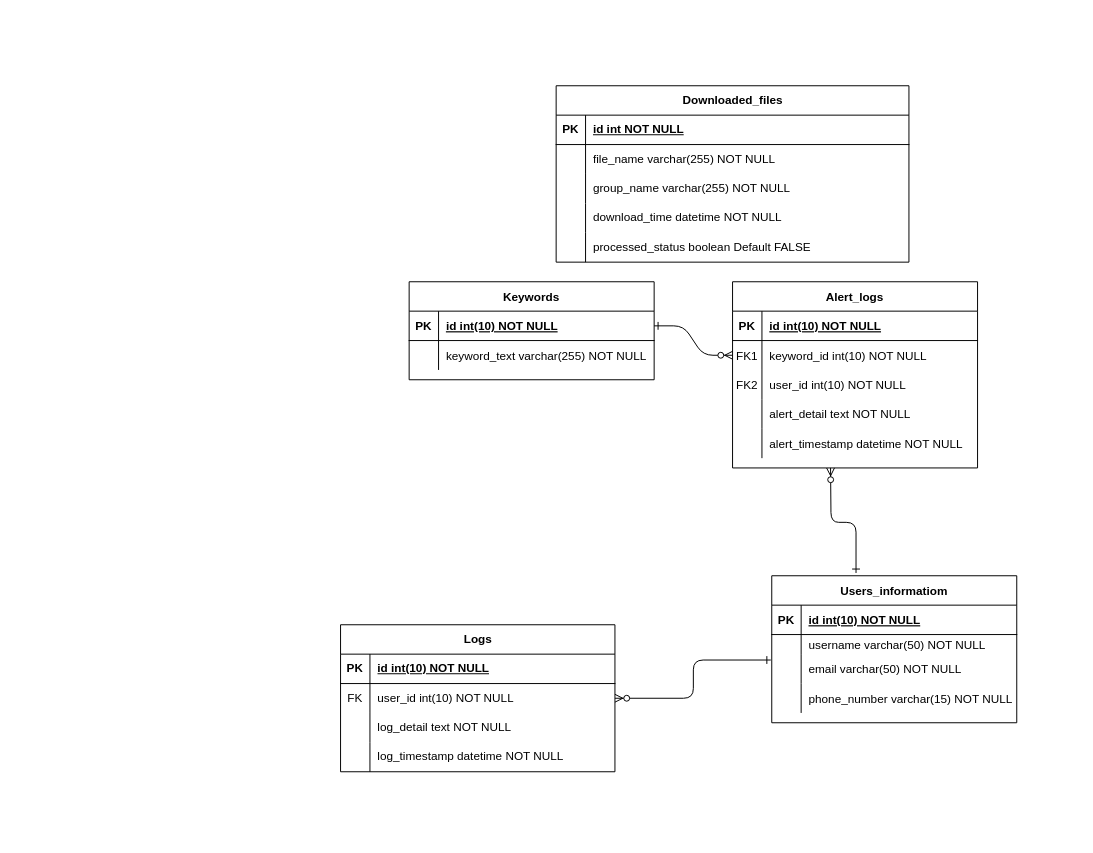
Earlier version of the draw.io diagram db-databreach.drawio (tung23102000/test-ssh). Source tidied: cells renumbered, new cells numbered last; positions are measured from the earlier drawing's top-left corner, leaving out a move shared by most shapes. Both pictures are drawn from the tidied source at 98%, with x=0, y=0 at pixel (340, 85).
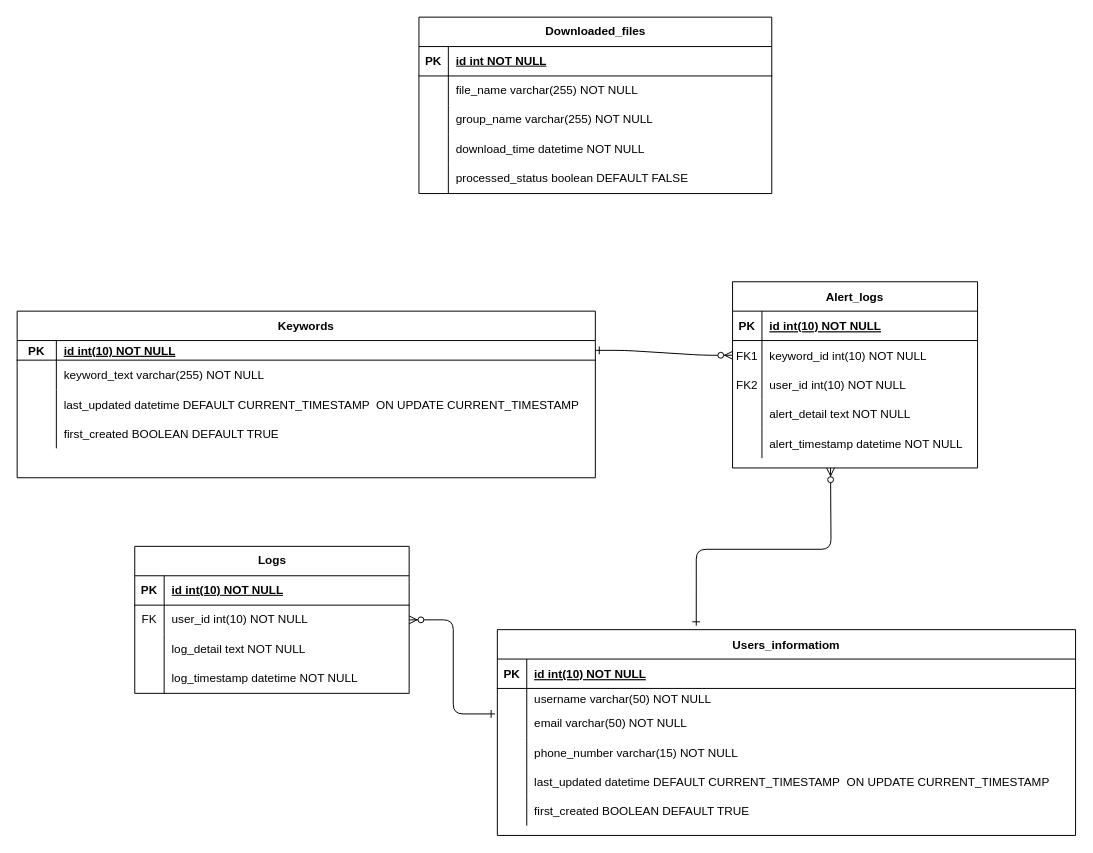
The same diagram, later.

Commit message:
Cập nhật db-databreach.drawio

The change refers to these unchanged cells:
```xml
<mxCell id="67" style="shape=tableRow;horizontal=0;startSize=0;swimlaneHead=0;swimlaneBody=0;fillColor=none;top=0;left=0;right=0;bottom=0;" parent="54" vertex="1">
  <mxGeometry y="150" width="360" height="30" as="geometry" />
</mxCell>
```

Change to the diagram source:
```diff
@@
     <mxCell id="19" value="Users_informatiom" style="shape=table;startSize=30;childLayout=tableLayout;rowLines=0;fontStyle=1;align=center;" parent="1" vertex="1">
-      <mxGeometry x="440" y="500" width="250" height="150" as="geometry" />
+      <mxGeometry x="160" y="555" width="590" height="210" as="geometry" />
     </mxCell>
     <mxCell id="20" style="shape=partialRectangle;fillColor=none;top=0;left=0;right=0;bottom=1;" parent="19" vertex="1">
-      <mxGeometry y="30" width="250" height="30" as="geometry" />
+      <mxGeometry y="30" width="590" height="30" as="geometry" />
     </mxCell>
@@
     <mxCell id="22" value="id int(10) NOT NULL " style="shape=partialRectangle;overflow=hidden;fillColor=none;top=0;left=0;bottom=0;right=0;align=left;spacingLeft=6;fontStyle=5;" parent="20" vertex="1">
-      <mxGeometry x="30" width="220" height="30" as="geometry" />
+      <mxGeometry x="30" width="560" height="30" as="geometry" />
     </mxCell>
     <mxCell id="23" style="shape=partialRectangle;fillColor=none;top=0;left=0;right=0;bottom=0;" parent="19" vertex="1">
-      <mxGeometry y="60" width="250" height="20" as="geometry" />
+      <mxGeometry y="60" width="590" height="20" as="geometry" />
     </mxCell>
@@
     <mxCell id="25" value="username varchar(50) NOT NULL" style="shape=partialRectangle;overflow=hidden;fillColor=none;top=0;left=0;bottom=0;right=0;align=left;spacingLeft=6;" parent="23" vertex="1">
-      <mxGeometry x="30" width="220" height="20" as="geometry" />
+      <mxGeometry x="30" width="560" height="20" as="geometry" />
     </mxCell>
     <mxCell id="26" style="shape=partialRectangle;fillColor=none;points=[[0,0.5],[1,0.5]];portConstraint=eastwest;top=0;left=0;right=0;bottom=0;" parent="19" vertex="1">
-      <mxGeometry y="80" width="250" height="30" as="geometry" />
+      <mxGeometry y="80" width="590" height="30" as="geometry" />
     </mxCell>
@@
     <mxCell id="28" value="email varchar(50) NOT NULL" style="shape=partialRectangle;overflow=hidden;fillColor=none;top=0;left=0;bottom=0;right=0;align=left;spacingLeft=6;" parent="26" vertex="1">
-      <mxGeometry x="30" width="220" height="30" as="geometry" />
+      <mxGeometry x="30" width="560" height="30" as="geometry" />
     </mxCell>
     <mxCell id="29" style="shape=partialRectangle;fillColor=none;top=0;left=0;right=0;bottom=0;" parent="19" vertex="1">
-      <mxGeometry y="110" width="250" height="30" as="geometry" />
+      <mxGeometry y="110" width="590" height="30" as="geometry" />
     </mxCell>
@@
     <mxCell id="31" value="phone_number varchar(15) NOT NULL" style="shape=partialRectangle;overflow=hidden;fillColor=none;top=0;left=0;bottom=0;right=0;align=left;spacingLeft=6;" parent="29" vertex="1">
-      <mxGeometry x="30" width="220" height="30" as="geometry" />
+      <mxGeometry x="30" width="560" height="30" as="geometry" />
     </mxCell>
+    <mxCell id="70" style="shape=partialRectangle;fillColor=none;top=0;left=0;right=0;bottom=0;" parent="19" vertex="1">
+      <mxGeometry y="140" width="590" height="30" as="geometry" />
+    </mxCell>
+    <mxCell id="71" style="shape=partialRectangle;overflow=hidden;fillColor=none;top=0;left=0;bottom=0;right=0;" parent="70" vertex="1">
+      <mxGeometry width="30" height="30" as="geometry" />
+    </mxCell>
+    <mxCell id="72" value="last_updated datetime DEFAULT CURRENT_TIMESTAMP  ON UPDATE CURRENT_TIMESTAMP" style="shape=partialRectangle;overflow=hidden;fillColor=none;top=0;left=0;bottom=0;right=0;align=left;spacingLeft=6;" parent="70" vertex="1">
+      <mxGeometry x="30" width="560" height="30" as="geometry" />
+    </mxCell>
+    <mxCell id="73" style="shape=partialRectangle;fillColor=none;top=0;left=0;right=0;bottom=0;" parent="19" vertex="1">
+      <mxGeometry y="170" width="590" height="30" as="geometry" />
+    </mxCell>
+    <mxCell id="74" style="shape=partialRectangle;overflow=hidden;fillColor=none;top=0;left=0;bottom=0;right=0;" parent="73" vertex="1">
+      <mxGeometry width="30" height="30" as="geometry" />
+    </mxCell>
+    <mxCell id="75" value="first_created BOOLEAN DEFAULT TRUE" style="shape=partialRectangle;overflow=hidden;fillColor=none;top=0;left=0;bottom=0;right=0;align=left;spacingLeft=6;" parent="73" vertex="1">
+      <mxGeometry x="30" width="560" height="30" as="geometry" />
+    </mxCell>
     <mxCell id="32" value="Keywords" style="shape=table;startSize=30;childLayout=tableLayout;rowLines=0;fontStyle=1;align=center;" parent="1" vertex="1">
-      <mxGeometry x="70" y="200" width="250" height="100" as="geometry" />
+      <mxGeometry x="-330" y="230" width="590" height="170" as="geometry" />
     </mxCell>
     <mxCell id="33" style="shape=partialRectangle;fillColor=none;points=[[0,0.5],[1,0.5]];portConstraint=eastwest;top=0;left=0;right=0;bottom=1;" parent="32" vertex="1">
-      <mxGeometry y="30" width="250" height="30" as="geometry" />
+      <mxGeometry y="30" width="590" height="20" as="geometry" />
     </mxCell>
     <mxCell id="34" value="PK" style="shape=partialRectangle;overflow=hidden;fillColor=none;top=0;left=0;bottom=0;right=0;fontStyle=1;" parent="33" vertex="1">
-      <mxGeometry width="30" height="30" as="geometry" />
+      <mxGeometry width="40" height="20" as="geometry" />
     </mxCell>
     <mxCell id="35" value="id int(10) NOT NULL " style="shape=partialRectangle;overflow=hidden;fillColor=none;top=0;left=0;bottom=0;right=0;align=left;spacingLeft=6;fontStyle=5;" parent="33" vertex="1">
-      <mxGeometry x="30" width="220" height="30" as="geometry" />
+      <mxGeometry x="40" width="550" height="20" as="geometry" />
     </mxCell>
     <mxCell id="36" style="shape=partialRectangle;fillColor=none;top=0;left=0;right=0;bottom=0;" parent="32" vertex="1">
-      <mxGeometry y="60" width="250" height="30" as="geometry" />
+      <mxGeometry y="50" width="590" height="30" as="geometry" />
     </mxCell>
     <mxCell id="37" style="shape=partialRectangle;overflow=hidden;fillColor=none;top=0;left=0;bottom=0;right=0;" parent="36" vertex="1">
-      <mxGeometry width="30" height="30" as="geometry" />
+      <mxGeometry width="40" height="30" as="geometry" />
     </mxCell>
     <mxCell id="38" value="keyword_text varchar(255) NOT NULL" style="shape=partialRectangle;overflow=hidden;fillColor=none;top=0;left=0;bottom=0;right=0;align=left;spacingLeft=6;" parent="36" vertex="1">
-      <mxGeometry x="30" width="220" height="30" as="geometry" />
+      <mxGeometry x="40" width="550" height="30" as="geometry" />
     </mxCell>
+    <mxCell id="76" style="shape=partialRectangle;fillColor=none;top=0;left=0;right=0;bottom=0;" parent="32" vertex="1">
+      <mxGeometry y="80" width="590" height="30" as="geometry" />
+    </mxCell>
+    <mxCell id="77" style="shape=partialRectangle;overflow=hidden;fillColor=none;top=0;left=0;bottom=0;right=0;" parent="76" vertex="1">
+      <mxGeometry width="40" height="30" as="geometry" />
+    </mxCell>
+    <mxCell id="78" value="last_updated datetime DEFAULT CURRENT_TIMESTAMP  ON UPDATE CURRENT_TIMESTAMP" style="shape=partialRectangle;overflow=hidden;fillColor=none;top=0;left=0;bottom=0;right=0;align=left;spacingLeft=6;" parent="76" vertex="1">
+      <mxGeometry x="40" width="550" height="30" as="geometry" />
+    </mxCell>
+    <mxCell id="79" style="shape=partialRectangle;fillColor=none;top=0;left=0;right=0;bottom=0;" parent="32" vertex="1">
+      <mxGeometry y="110" width="590" height="30" as="geometry" />
+    </mxCell>
+    <mxCell id="80" style="shape=partialRectangle;overflow=hidden;fillColor=none;top=0;left=0;bottom=0;right=0;" parent="79" vertex="1">
+      <mxGeometry width="40" height="30" as="geometry" />
+    </mxCell>
+    <mxCell id="81" value="first_created BOOLEAN DEFAULT TRUE" style="shape=partialRectangle;overflow=hidden;fillColor=none;top=0;left=0;bottom=0;right=0;align=left;spacingLeft=6;" parent="79" vertex="1">
+      <mxGeometry x="40" width="550" height="30" as="geometry" />
+    </mxCell>
     <mxCell id="39" value="Logs" style="shape=table;startSize=30;childLayout=tableLayout;rowLines=0;fontStyle=1;align=center;html=1;" parent="1" vertex="1">
-      <mxGeometry y="550" width="280" height="150" as="geometry" />
+      <mxGeometry x="-210" y="470" width="280" height="150" as="geometry" />
     </mxCell>
@@
     <mxCell id="54" value="Downloaded_files" style="shape=table;startSize=30;childLayout=tableLayout;rowLines=0;fontStyle=1;align=center;html=1;" parent="1" vertex="1">
-      <mxGeometry x="220" width="360" height="180" as="geometry" />
+      <mxGeometry x="80" y="-70" width="360" height="180" as="geometry" />
     </mxCell>
@@
-    <mxCell id="69" value="processed_status boolean Default FALSE" style="shape=partialRectangle;fillColor=none;top=0;left=0;bottom=0;right=0;align=left;spacingLeft=6;overflow=hidden;whiteSpace=wrap;html=1;" parent="67" vertex="1">
+    <mxCell id="69" value="processed_status boolean DEFAULT FALSE" style="shape=partialRectangle;fillColor=none;top=0;left=0;bottom=0;right=0;align=left;spacingLeft=6;overflow=hidden;whiteSpace=wrap;html=1;" parent="67" vertex="1">
       <mxGeometry x="30" width="330" height="30" as="geometry" />
     </mxCell>
```
